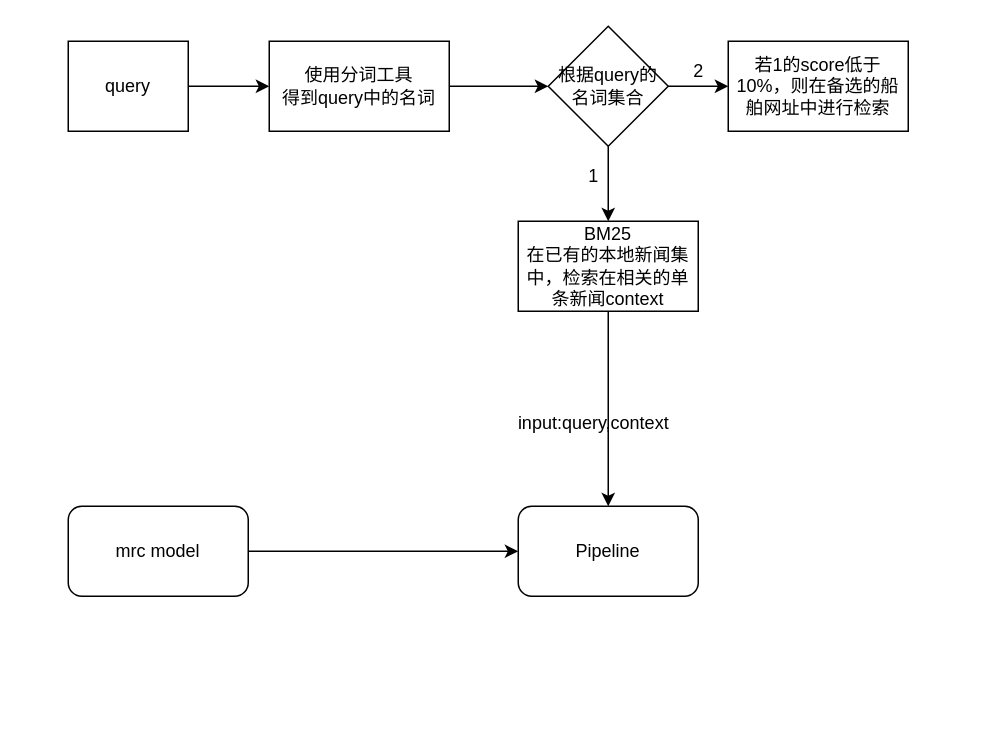
zhongjiaguo/angular-ivy-pvt3hm keeps this draw.io diagram as mrc module.drawio. Above is the earlier version. Source tidied: cells renumbered, new cells numbered last; positions are measured from the earlier drawing's top-left corner, leaving out a move shared by most shapes. Both pictures are drawn from the tidied source at 150%, with x=0, y=0 at pixel (68, 26).
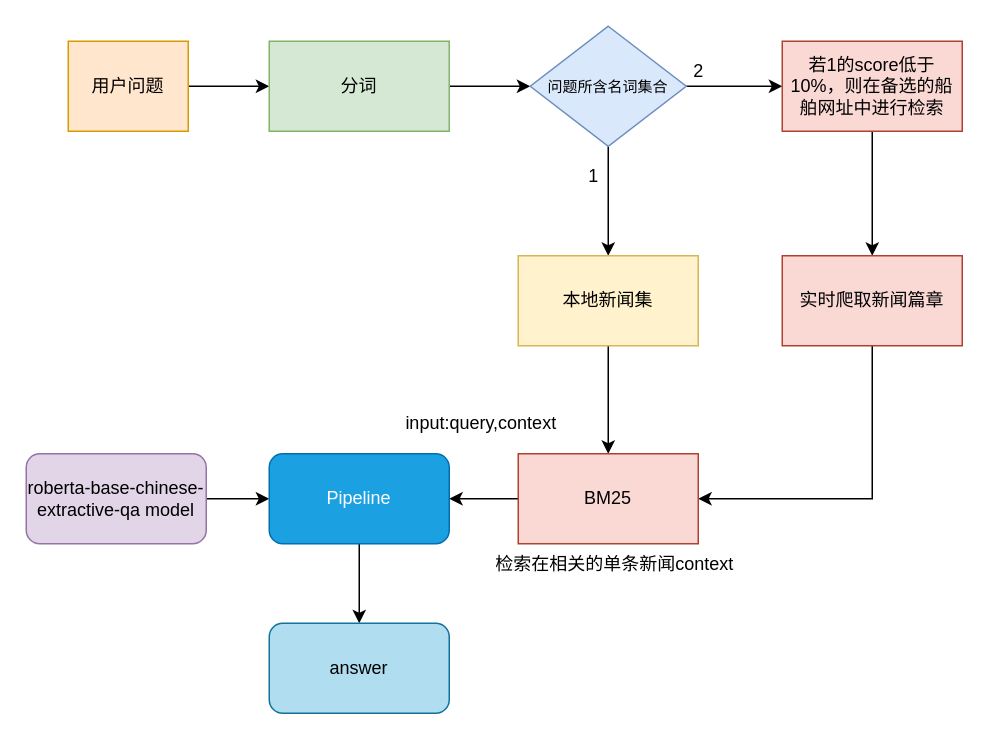
After the change.

The edit, as a diff of the source:
```diff
@@
-    <mxCell id="3" value="mrc model" style="rounded=1;whiteSpace=wrap;html=1;" parent="1" vertex="1">
-      <mxGeometry y="320" width="120" height="60" as="geometry" />
+    <mxCell id="3" value="roberta-base-chinese-extractive-qa model" style="rounded=1;whiteSpace=wrap;html=1;fillColor=#e1d5e7;strokeColor=#9673a6;" parent="1" vertex="1">
+      <mxGeometry x="-28" y="285" width="120" height="60" as="geometry" />
     </mxCell>
@@
-    <mxCell id="5" value="query" style="rounded=0;whiteSpace=wrap;html=1;" parent="1" vertex="1">
+    <mxCell id="5" value="用户问题" style="rounded=0;whiteSpace=wrap;html=1;fillColor=#ffe6cc;strokeColor=#d79b00;" parent="1" vertex="1">
       <mxGeometry y="10" width="80" height="60" as="geometry" />
     </mxCell>
@@
-    <mxCell id="7" value="使用分词工具&lt;br&gt;得到query中的名词" style="whiteSpace=wrap;html=1;rounded=0;" parent="1" vertex="1">
+    <mxCell id="7" value="分词" style="whiteSpace=wrap;html=1;rounded=0;fillColor=#d5e8d4;strokeColor=#82b366;" parent="1" vertex="1">
       <mxGeometry x="134" y="10" width="120" height="60" as="geometry" />
     </mxCell>
@@
-    <mxCell id="10" value="根据query的名词集合" style="rhombus;whiteSpace=wrap;html=1;rounded=0;" parent="1" vertex="1">
-      <mxGeometry x="320" width="80" height="80" as="geometry" />
+    <mxCell id="10" value="&lt;font style=&quot;font-size: 10px;&quot;&gt;问题所含名词集合&lt;/font&gt;" style="rhombus;whiteSpace=wrap;html=1;rounded=0;fillColor=#dae8fc;strokeColor=#6c8ebf;" parent="1" vertex="1">
+      <mxGeometry x="308" width="104" height="80" as="geometry" />
     </mxCell>
+    <mxCell id="18" style="edgeStyle=orthogonalEdgeStyle;rounded=0;jettySize=auto;html=1;fontSize=10;" parent="1" edge="1" source="11" target="23">
+      <mxGeometry relative="1" as="geometry" />
+    </mxCell>
-    <mxCell id="11" value="若1的score低于10%，则在备选的船舶网址中进行检索" style="rounded=0;whiteSpace=wrap;html=1;" parent="1" vertex="1">
-      <mxGeometry x="440" y="10" width="120" height="60" as="geometry" />
+    <mxCell id="11" value="若1的score低于10%，则在备选的船舶网址中进行检索" style="rounded=0;whiteSpace=wrap;html=1;fillColor=#fad9d5;strokeColor=#ae4132;" parent="1" vertex="1">
+      <mxGeometry x="476" y="10" width="120" height="60" as="geometry" />
     </mxCell>
-    <mxCell id="12" style="edgeStyle=orthogonalEdgeStyle;rounded=0;jettySize=auto;html=1;exitX=0.5;exitY=1;exitDx=0;exitDy=0;entryX=0.5;entryY=0;entryDx=0;entryDy=0;" parent="1" edge="1" source="13" target="16">
-      <mxGeometry relative="1" as="geometry" />
-    </mxCell>
+    <mxCell id="19" style="edgeStyle=orthogonalEdgeStyle;rounded=0;jettySize=auto;html=1;exitX=0.5;exitY=1;exitDx=0;exitDy=0;fontSize=10;" parent="1" edge="1" source="13" target="25">
+      <mxGeometry relative="1" as="geometry" />
+    </mxCell>
-    <mxCell id="13" value="BM25&lt;br&gt;在已有的本地新闻集中，检索在相关的单条新闻context" style="whiteSpace=wrap;html=1;rounded=0;" parent="1" vertex="1">
-      <mxGeometry x="300" y="130" width="120" height="60" as="geometry" />
+    <mxCell id="13" value="本地新闻集" style="whiteSpace=wrap;html=1;rounded=0;fillColor=#fff2cc;strokeColor=#d6b656;" parent="1" vertex="1">
+      <mxGeometry x="300" y="153" width="120" height="60" as="geometry" />
     </mxCell>
@@
+    <mxCell id="20" style="edgeStyle=orthogonalEdgeStyle;rounded=0;jettySize=auto;html=1;fontSize=10;" parent="1" edge="1" source="16" target="21">
+      <mxGeometry relative="1" as="geometry" />
+    </mxCell>
-    <mxCell id="16" value="Pipeline" style="rounded=1;whiteSpace=wrap;html=1;" parent="1" vertex="1">
-      <mxGeometry x="300" y="320" width="120" height="60" as="geometry" />
+    <mxCell id="16" value="Pipeline" style="rounded=1;whiteSpace=wrap;html=1;fillColor=#1ba1e2;fontColor=#ffffff;strokeColor=#006EAF;" parent="1" vertex="1">
+      <mxGeometry x="134" y="285" width="120" height="60" as="geometry" />
     </mxCell>
     <mxCell id="17" value="input:query,context" style="text;html=1;align=center;verticalAlign=middle;strokeColor=none;fillColor=none;" parent="1" vertex="1">
-      <mxGeometry x="290" y="250" width="120" height="30" as="geometry" />
+      <mxGeometry x="215" y="250" width="120" height="30" as="geometry" />
     </mxCell>
+    <mxCell id="21" value="answer" style="whiteSpace=wrap;html=1;rounded=1;fillColor=#b1ddf0;strokeColor=#10739e;" parent="1" vertex="1">
+      <mxGeometry x="134" y="398" width="120" height="60" as="geometry" />
+    </mxCell>
+    <mxCell id="22" style="edgeStyle=orthogonalEdgeStyle;rounded=0;jettySize=auto;html=1;exitX=0.5;exitY=1;exitDx=0;exitDy=0;entryX=1;entryY=0.5;entryDx=0;entryDy=0;fontSize=10;" parent="1" edge="1" source="23" target="25">
+      <mxGeometry relative="1" as="geometry" />
+    </mxCell>
+    <mxCell id="23" value="实时爬取新闻篇章" style="whiteSpace=wrap;html=1;fillColor=#fad9d5;strokeColor=#ae4132;rounded=0;" parent="1" vertex="1">
+      <mxGeometry x="476" y="153" width="120" height="60" as="geometry" />
+    </mxCell>
+    <mxCell id="24" style="edgeStyle=orthogonalEdgeStyle;rounded=0;jettySize=auto;html=1;exitX=0;exitY=0.5;exitDx=0;exitDy=0;entryX=1;entryY=0.5;entryDx=0;entryDy=0;fontSize=10;" parent="1" edge="1" source="25" target="16">
+      <mxGeometry relative="1" as="geometry" />
+    </mxCell>
+    <mxCell id="25" value="BM25" style="whiteSpace=wrap;html=1;fillColor=#fad9d5;strokeColor=#ae4132;rounded=0;" parent="1" vertex="1">
+      <mxGeometry x="300" y="285" width="120" height="60" as="geometry" />
+    </mxCell>
+    <mxCell id="26" value="&lt;span style=&quot;font-size: 12px;&quot;&gt;检索在相关的单条新闻context&lt;/span&gt;" style="text;html=1;align=center;verticalAlign=middle;strokeColor=none;fillColor=none;fontSize=10;" parent="1" vertex="1">
+      <mxGeometry x="275" y="345" width="177" height="27" as="geometry" />
+    </mxCell>
```
